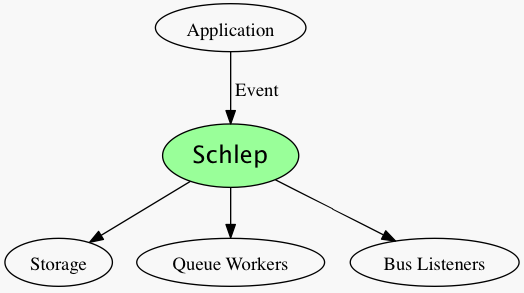
This is Readme.png from Movitas/schlep, a Graphviz export, as it was before one commit. Its source is kept beside it as Readme.dot. Its diagram source:
```dot
digraph Readme {
  bgcolor="#F8F8F8"
  Schlep [style = filled, fillcolor="#99FF99",label="Schlep", fontname="sans", fontsize=18];
  Application -> Schlep [label=" Event"]
  Schlep -> Storage
  Schlep -> "Queue Workers"
  Schlep -> "Bus Listeners"
}
```
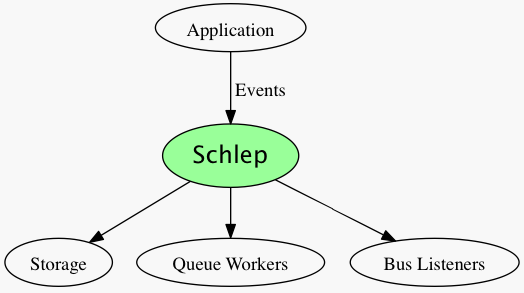
Later version of the same file.

Commit message:
Change events to plural

Change to the diagram source:
```diff
@@ -1,7 +1,7 @@
 digraph Readme {
   bgcolor="#F8F8F8"
   Schlep [style = filled, fillcolor="#99FF99",label="Schlep", fontname="sans", fontsize=18];
-  Application -> Schlep [label=" Event"]
+  Application -> Schlep [label=" Events"]
   Schlep -> Storage
   Schlep -> "Queue Workers"
   Schlep -> "Bus Listeners"
```
